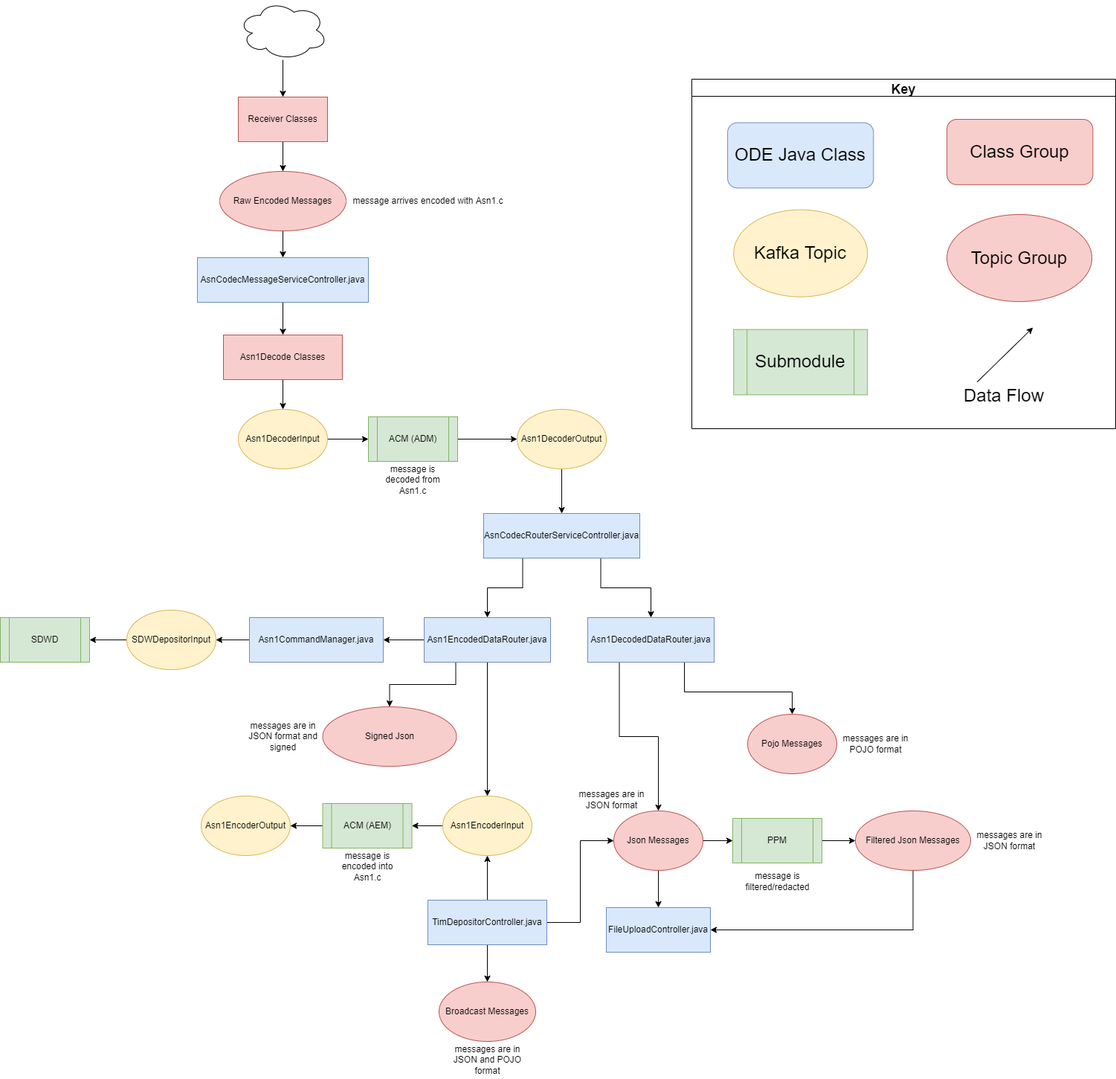
usdot-jpo-ode/jpo-ode keeps this draw.io diagram as docs/data-flow-diagrams/ODE Data Flow Overview.drawio.png. Above is the earlier version. Source tidied: cells renumbered, new cells last; positions are measured from the earlier drawing's top-left corner, leaving out a move shared by most shapes.
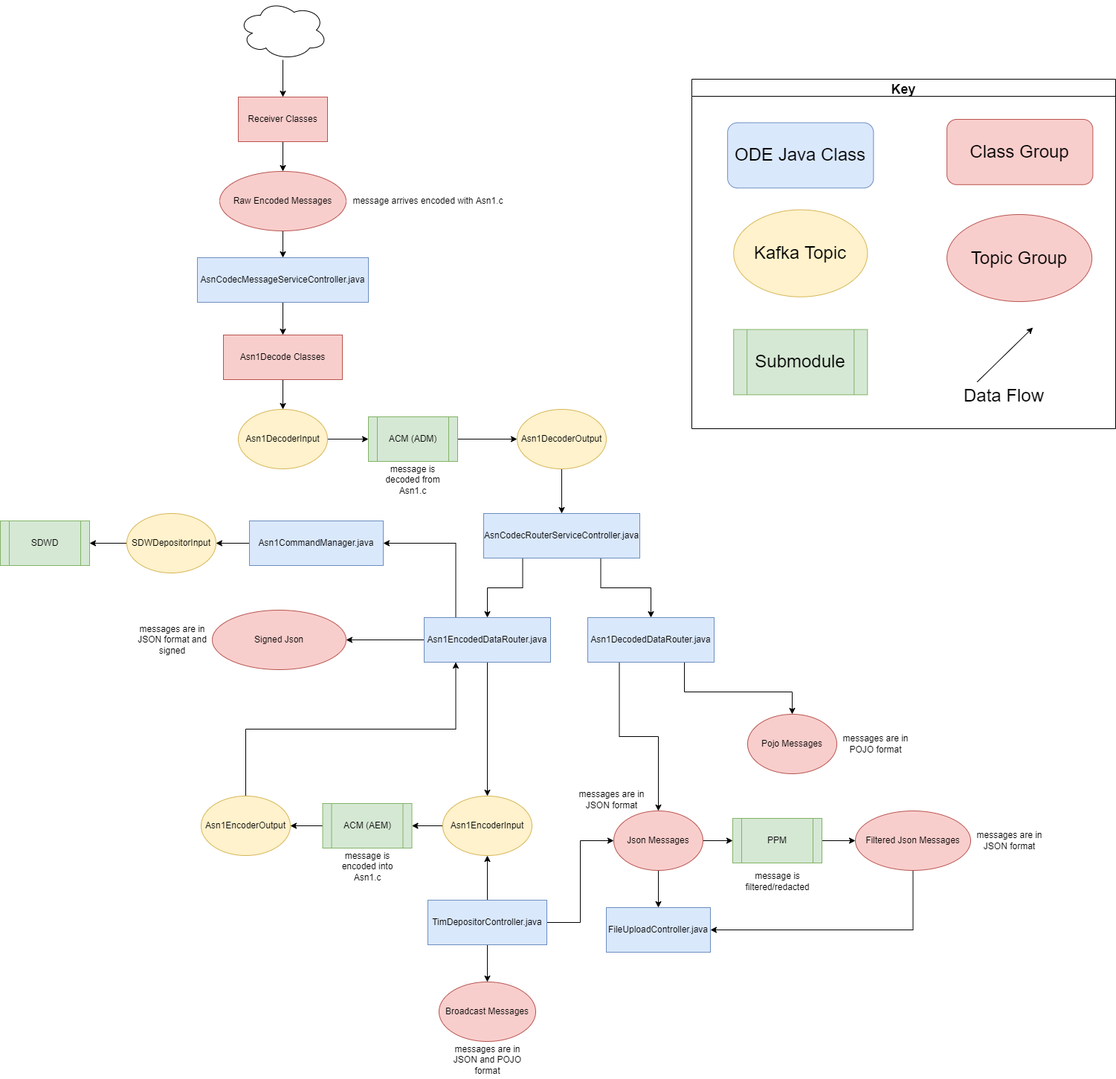
After the commit.

Commit message:
Updated ODE Overview & TIM data flow diagrams and corrected a typo in a variable name.

What changed in the source:
```diff
@@ -102,18 +102,18 @@
       <mxGeometry relative="1" as="geometry" />
     </mxCell>
     <mxCell id="33" value="Asn1CommandManager.java" style="rounded=0;whiteSpace=wrap;html=1;fillColor=#dae8fc;strokeColor=#6c8ebf;" parent="1" vertex="1">
-      <mxGeometry x="335" y="830" width="180" height="60" as="geometry" />
+      <mxGeometry x="335" y="700" width="180" height="60" as="geometry" />
     </mxCell>
     <mxCell id="34" style="edgeStyle=orthogonalEdgeStyle;rounded=0;jettySize=auto;html=1;entryX=1;entryY=0.5;entryDx=0;entryDy=0;" parent="1" edge="1" source="35" target="49">
       <mxGeometry relative="1" as="geometry" />
     </mxCell>
     <mxCell id="35" value="SDWDepositorInput" style="ellipse;whiteSpace=wrap;html=1;fillColor=#fff2cc;strokeColor=#d6b656;" parent="1" vertex="1">
-      <mxGeometry x="170" y="820" width="120" height="80" as="geometry" />
+      <mxGeometry x="170" y="690" width="120" height="80" as="geometry" />
     </mxCell>
-    <mxCell id="36" style="edgeStyle=orthogonalEdgeStyle;rounded=0;jettySize=auto;html=1;entryX=1;entryY=0.5;entryDx=0;entryDy=0;" parent="1" edge="1" source="39" target="33">
+    <mxCell id="36" style="edgeStyle=orthogonalEdgeStyle;rounded=0;jettySize=auto;html=1;entryX=1;entryY=0.5;entryDx=0;entryDy=0;exitX=0.25;exitY=0;exitDx=0;exitDy=0;" parent="1" edge="1" source="39" target="33">
       <mxGeometry relative="1" as="geometry" />
     </mxCell>
-    <mxCell id="37" style="edgeStyle=orthogonalEdgeStyle;rounded=0;jettySize=auto;html=1;exitX=0.25;exitY=1;exitDx=0;exitDy=0;" parent="1" edge="1" source="39" target="40">
+    <mxCell id="37" style="edgeStyle=orthogonalEdgeStyle;rounded=0;jettySize=auto;html=1;exitX=0;exitY=0.5;exitDx=0;exitDy=0;entryX=1;entryY=0.5;entryDx=0;entryDy=0;" parent="1" edge="1" source="39" target="40">
       <mxGeometry relative="1" as="geometry" />
     </mxCell>
     <mxCell id="38" style="edgeStyle=orthogonalEdgeStyle;rounded=0;jettySize=auto;html=1;entryX=0.5;entryY=0;entryDx=0;entryDy=0;" parent="1" edge="1" source="39" target="42">
@@ -123,7 +123,7 @@
       <mxGeometry x="570" y="830" width="170" height="60" as="geometry" />
     </mxCell>
     <mxCell id="40" value="Signed Json" style="ellipse;whiteSpace=wrap;html=1;fillColor=#f8cecc;strokeColor=#b85450;" parent="1" vertex="1">
-      <mxGeometry x="433.5" y="950" width="180" height="80" as="geometry" />
+      <mxGeometry x="285" y="820" width="180" height="80" as="geometry" />
     </mxCell>
     <mxCell id="41" style="edgeStyle=orthogonalEdgeStyle;rounded=0;jettySize=auto;html=1;" parent="1" edge="1" source="42" target="44">
       <mxGeometry relative="1" as="geometry" />
@@ -137,6 +137,9 @@
     <mxCell id="44" value="ACM (AEM)" style="shape=process;whiteSpace=wrap;html=1;backgroundOutline=1;fillColor=#d5e8d4;strokeColor=#82b366;" parent="1" vertex="1">
       <mxGeometry x="433.5" y="1080" width="120" height="60" as="geometry" />
     </mxCell>
+    <mxCell id="71" style="edgeStyle=orthogonalEdgeStyle;rounded=0;jettySize=auto;html=1;exitX=0.5;exitY=0;exitDx=0;exitDy=0;entryX=0.25;entryY=1;entryDx=0;entryDy=0;" parent="1" edge="1" source="45" target="39">
+      <mxGeometry relative="1" as="geometry" />
+    </mxCell>
     <mxCell id="45" value="Asn1EncoderOutput" style="ellipse;whiteSpace=wrap;html=1;fillColor=#fff2cc;strokeColor=#d6b656;" parent="1" vertex="1">
       <mxGeometry x="270" y="1070" width="120" height="80" as="geometry" />
     </mxCell>
@@ -150,7 +153,7 @@
       <mxGeometry x="650" y="690" width="210" height="60" as="geometry" />
     </mxCell>
     <mxCell id="49" value="SDWD" style="shape=process;whiteSpace=wrap;html=1;backgroundOutline=1;fillColor=#d5e8d4;strokeColor=#82b366;" parent="1" vertex="1">
-      <mxGeometry y="830" width="120" height="60" as="geometry" />
+      <mxGeometry y="700" width="120" height="60" as="geometry" />
     </mxCell>
     <mxCell id="50" style="edgeStyle=orthogonalEdgeStyle;rounded=0;jettySize=auto;html=1;" parent="1" edge="1" source="51" target="15">
       <mxGeometry relative="1" as="geometry" />
@@ -207,7 +210,7 @@
       <mxGeometry x="1125" y="975" width="105" height="50" as="geometry" />
     </mxCell>
     <mxCell id="67" value="messages are in JSON format and signed" style="text;html=1;strokeColor=none;fillColor=none;align=center;verticalAlign=middle;whiteSpace=wrap;rounded=0;" parent="1" vertex="1">
-      <mxGeometry x="327.5" y="965" width="105" height="50" as="geometry" />
+      <mxGeometry x="179" y="835" width="105" height="50" as="geometry" />
     </mxCell>
     <mxCell id="68" value="messages are in JSON format" style="text;html=1;strokeColor=none;fillColor=none;align=center;verticalAlign=middle;whiteSpace=wrap;rounded=0;" parent="1" vertex="1">
       <mxGeometry x="770" y="1050" width="105" height="50" as="geometry" />
```
